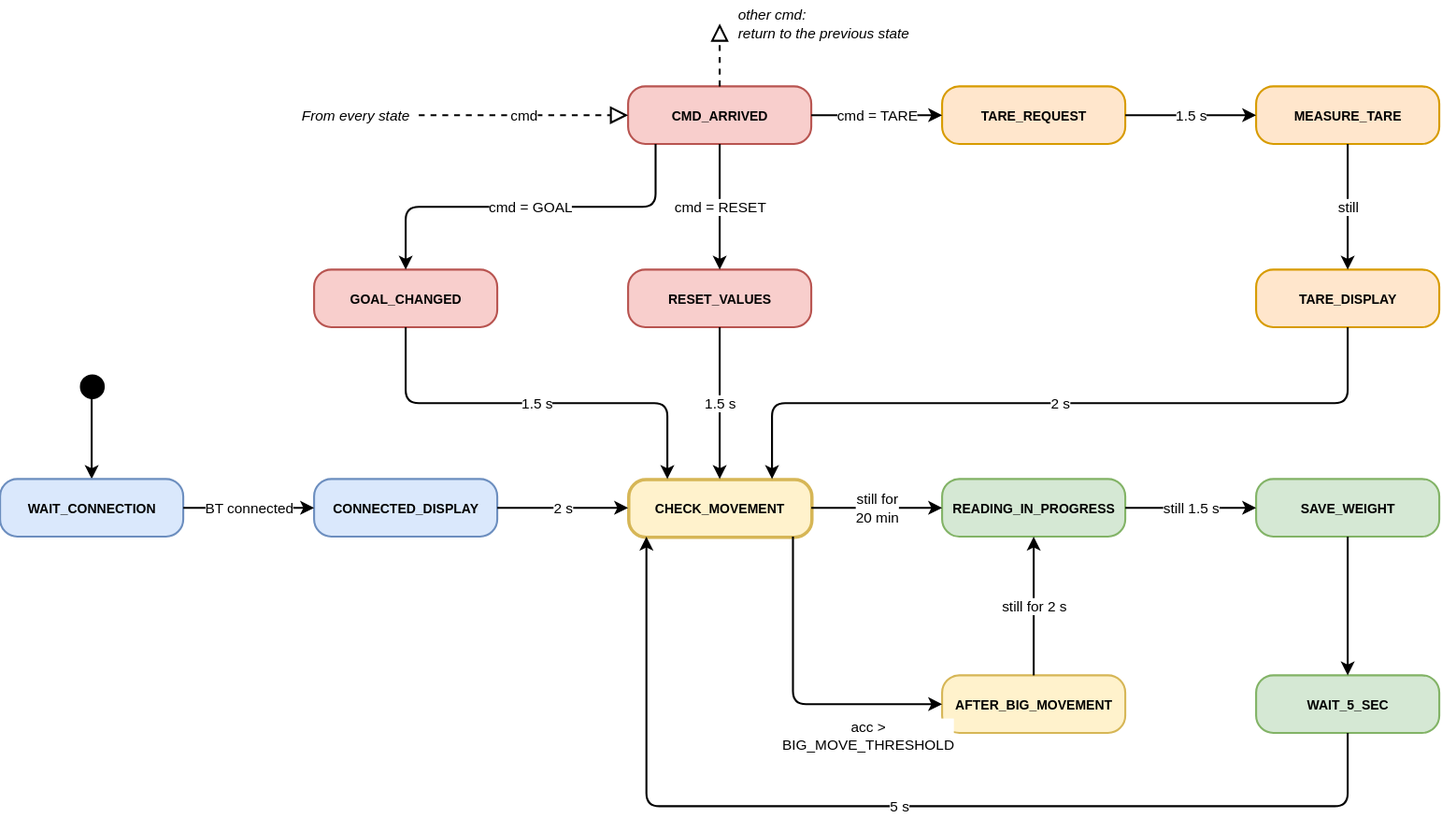
This is State_Machine.svg from CBignardi/SipWise-IOT, a draw.io export, as it was before one commit. Source tidied: cells renumbered, new cells last; positions are measured from the earlier drawing's top-left corner, leaving out a move shared by most shapes.
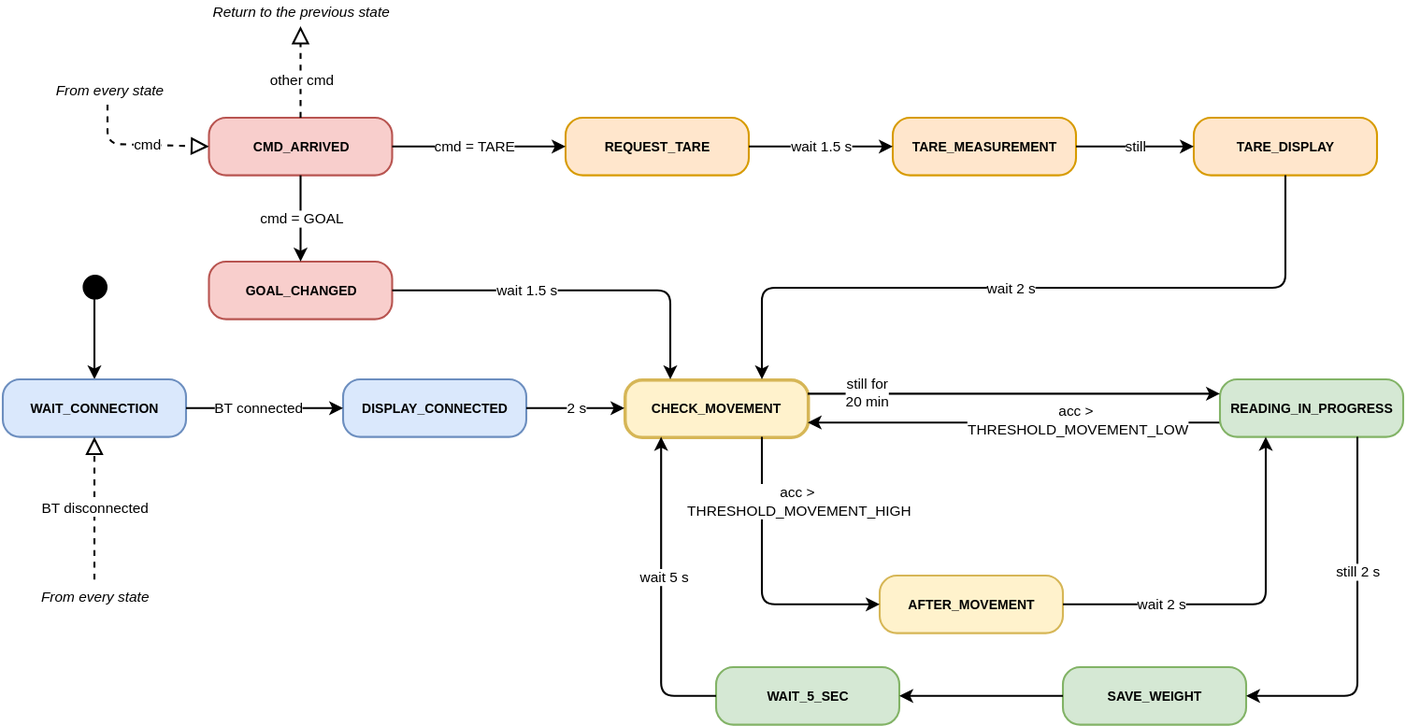
After the change.

Commit message:
General refactor, updated state machine diagram

The edit, as a diff of the source:
```diff
@@ -3,137 +3,138 @@
     <mxCell id="0" />
     <mxCell id="1" parent="0" />
     <mxCell id="2" style="ellipse;fillColor=#000000;strokeColor=#000000;" parent="1" vertex="1">
-      <mxGeometry x="61" y="286" width="18" height="18" as="geometry" />
+      <mxGeometry x="71" y="286" width="18" height="18" as="geometry" />
     </mxCell>
     <mxCell id="3" style="edgeStyle=orthogonalEdgeStyle;rounded=1;html=1;endArrow=classic;strokeWidth=1.5;fontSize=11;labelBackgroundColor=#ffffff;exitX=0.5;exitY=1;entryX=0.5;entryY=0;" parent="1" edge="1" source="2" target="4">
       <mxGeometry relative="1" as="geometry" />
     </mxCell>
     <mxCell id="4" value="WAIT_CONNECTION" style="rounded=1;whiteSpace=wrap;html=1;arcSize=30;fillColor=#dae8fc;strokeColor=#6c8ebf;strokeWidth=1.5;fontStyle=1;fontSize=10;" parent="1" vertex="1">
-      <mxGeometry y="366" width="140" height="44" as="geometry" />
+      <mxGeometry x="10" y="366" width="140" height="44" as="geometry" />
     </mxCell>
-    <mxCell id="5" value="CONNECTED_DISPLAY" style="rounded=1;whiteSpace=wrap;html=1;arcSize=30;fillColor=#dae8fc;strokeColor=#6c8ebf;strokeWidth=1.5;fontStyle=1;fontSize=10;" parent="1" vertex="1">
-      <mxGeometry x="240" y="366" width="140" height="44" as="geometry" />
+    <mxCell id="5" value="DISPLAY_CONNECTED" style="rounded=1;whiteSpace=wrap;html=1;arcSize=30;fillColor=#dae8fc;strokeColor=#6c8ebf;strokeWidth=1.5;fontStyle=1;fontSize=10;" parent="1" vertex="1">
+      <mxGeometry x="270" y="366" width="140" height="44" as="geometry" />
     </mxCell>
     <mxCell id="6" value="CHECK_MOVEMENT" style="rounded=1;whiteSpace=wrap;html=1;arcSize=30;fillColor=#fff2cc;strokeColor=#d6b656;strokeWidth=2.5;fontStyle=1;fontSize=10;" parent="1" vertex="1">
-      <mxGeometry x="480" y="366" width="140" height="44" as="geometry" />
+      <mxGeometry x="485" y="366" width="140" height="44" as="geometry" />
     </mxCell>
-    <mxCell id="7" value="AFTER_BIG_MOVEMENT" style="rounded=1;whiteSpace=wrap;html=1;arcSize=30;fillColor=#fff2cc;strokeColor=#d6b656;strokeWidth=1.5;fontStyle=1;fontSize=10;" parent="1" vertex="1">
-      <mxGeometry x="720" y="516" width="140" height="44" as="geometry" />
+    <mxCell id="7" value="AFTER_MOVEMENT" style="rounded=1;whiteSpace=wrap;html=1;arcSize=30;fillColor=#fff2cc;strokeColor=#d6b656;strokeWidth=1.5;fontStyle=1;fontSize=10;" parent="1" vertex="1">
+      <mxGeometry x="680" y="516" width="140" height="44" as="geometry" />
     </mxCell>
+    <mxCell id="37" style="edgeStyle=orthogonalEdgeStyle;rounded=1;jettySize=auto;html=1;entryX=1;entryY=0.75;entryDx=0;entryDy=0;curved=0;strokeWidth=1.5;exitX=0;exitY=0.75;exitDx=0;exitDy=0;" parent="1" edge="1" source="8" target="6">
+      <mxGeometry relative="1" as="geometry" />
+    </mxCell>
+    <mxCell id="38" value="&lt;div&gt;acc &amp;gt;&amp;nbsp;&lt;/div&gt;&lt;div&gt;THRESHOLD_MOVEMENT_LOW&lt;/div&gt;" style="edgeLabel;html=1;align=center;verticalAlign=middle;" parent="37" vertex="1">
+      <mxGeometry relative="1" as="geometry">
+        <mxPoint x="48" y="-3" as="offset" />
+      </mxGeometry>
+    </mxCell>
     <mxCell id="8" value="READING_IN_PROGRESS" style="rounded=1;whiteSpace=wrap;html=1;arcSize=30;fillColor=#d5e8d4;strokeColor=#82b366;strokeWidth=1.5;fontStyle=1;fontSize=10;" parent="1" vertex="1">
-      <mxGeometry x="720" y="366" width="140" height="44" as="geometry" />
+      <mxGeometry x="940" y="366" width="140" height="44" as="geometry" />
     </mxCell>
     <mxCell id="9" value="SAVE_WEIGHT" style="rounded=1;whiteSpace=wrap;html=1;arcSize=30;fillColor=#d5e8d4;strokeColor=#82b366;strokeWidth=1.5;fontStyle=1;fontSize=10;" parent="1" vertex="1">
-      <mxGeometry x="960" y="366" width="140" height="44" as="geometry" />
+      <mxGeometry x="820" y="586" width="140" height="44" as="geometry" />
     </mxCell>
     <mxCell id="10" value="WAIT_5_SEC" style="rounded=1;whiteSpace=wrap;html=1;arcSize=30;fillColor=#d5e8d4;strokeColor=#82b366;strokeWidth=1.5;fontStyle=1;fontSize=10;" parent="1" vertex="1">
-      <mxGeometry x="960" y="516" width="140" height="44" as="geometry" />
+      <mxGeometry x="555" y="586" width="140" height="44" as="geometry" />
     </mxCell>
-    <mxCell id="11" value="TARE_REQUEST" style="rounded=1;whiteSpace=wrap;html=1;arcSize=30;fillColor=#ffe6cc;strokeColor=#d79b00;strokeWidth=1.5;fontStyle=1;fontSize=10;" parent="1" vertex="1">
-      <mxGeometry x="720" y="66" width="140" height="44" as="geometry" />
+    <mxCell id="11" value="REQUEST_TARE" style="rounded=1;whiteSpace=wrap;html=1;arcSize=30;fillColor=#ffe6cc;strokeColor=#d79b00;strokeWidth=1.5;fontStyle=1;fontSize=10;" parent="1" vertex="1">
+      <mxGeometry x="440" y="166" width="140" height="44" as="geometry" />
     </mxCell>
-    <mxCell id="12" value="MEASURE_TARE" style="rounded=1;whiteSpace=wrap;html=1;arcSize=30;fillColor=#ffe6cc;strokeColor=#d79b00;strokeWidth=1.5;fontStyle=1;fontSize=10;" parent="1" vertex="1">
-      <mxGeometry x="960" y="66" width="140" height="44" as="geometry" />
+    <mxCell id="12" value="TARE_MEASUREMENT" style="rounded=1;whiteSpace=wrap;html=1;arcSize=30;fillColor=#ffe6cc;strokeColor=#d79b00;strokeWidth=1.5;fontStyle=1;fontSize=10;" parent="1" vertex="1">
+      <mxGeometry x="690" y="166" width="140" height="44" as="geometry" />
     </mxCell>
     <mxCell id="13" value="TARE_DISPLAY" style="rounded=1;whiteSpace=wrap;html=1;arcSize=30;fillColor=#ffe6cc;strokeColor=#d79b00;strokeWidth=1.5;fontStyle=1;fontSize=10;" parent="1" vertex="1">
-      <mxGeometry x="960" y="206" width="140" height="44" as="geometry" />
+      <mxGeometry x="920" y="166" width="140" height="44" as="geometry" />
     </mxCell>
     <mxCell id="14" value="CMD_ARRIVED" style="rounded=1;whiteSpace=wrap;html=1;arcSize=30;fillColor=#f8cecc;strokeColor=#b85450;strokeWidth=1.5;fontStyle=1;fontSize=10;" parent="1" vertex="1">
-      <mxGeometry x="480" y="66" width="140" height="44" as="geometry" />
+      <mxGeometry x="167.5" y="166" width="140" height="44" as="geometry" />
     </mxCell>
     <mxCell id="15" value="GOAL_CHANGED" style="rounded=1;whiteSpace=wrap;html=1;arcSize=30;fillColor=#f8cecc;strokeColor=#b85450;strokeWidth=1.5;fontStyle=1;fontSize=10;" parent="1" vertex="1">
-      <mxGeometry x="240" y="206" width="140" height="44" as="geometry" />
+      <mxGeometry x="167.5" y="276" width="140" height="44" as="geometry" />
     </mxCell>
-    <mxCell id="16" value="RESET_VALUES" style="rounded=1;whiteSpace=wrap;html=1;arcSize=30;fillColor=#f8cecc;strokeColor=#b85450;strokeWidth=1.5;fontStyle=1;fontSize=10;" parent="1" vertex="1">
-      <mxGeometry x="480" y="206" width="140" height="44" as="geometry" />
-    </mxCell>
     <mxCell id="17" value="BT connected" style="edgeStyle=orthogonalEdgeStyle;rounded=1;html=1;endArrow=classic;strokeWidth=1.5;fontSize=11;labelBackgroundColor=#ffffff;exitX=1;exitY=0.5;exitDx=0;exitDy=0;entryX=0;entryY=0.5;entryDx=0;entryDy=0;" parent="1" edge="1" source="4" target="5">
-      <mxGeometry relative="1" as="geometry" />
+      <mxGeometry x="-0.09" relative="1" as="geometry" />
     </mxCell>
     <mxCell id="18" value="2 s" style="edgeStyle=orthogonalEdgeStyle;rounded=1;html=1;endArrow=classic;strokeWidth=1.5;fontSize=11;labelBackgroundColor=#ffffff;exitX=1;exitY=0.5;exitDx=0;exitDy=0;entryX=0;entryY=0.5;entryDx=0;entryDy=0;" parent="1" edge="1" source="5" target="6">
       <mxGeometry relative="1" as="geometry" />
     </mxCell>
-    <mxCell id="19" value="still for&lt;br&gt;20 min" style="edgeStyle=orthogonalEdgeStyle;rounded=1;html=1;endArrow=classic;strokeWidth=1.5;fontSize=11;labelBackgroundColor=#ffffff;exitX=1;exitY=0.5;exitDx=0;exitDy=0;entryX=0;entryY=0.5;entryDx=0;entryDy=0;" parent="1" edge="1" source="6" target="8">
-      <mxGeometry relative="1" as="geometry" />
+    <mxCell id="19" value="still for&lt;br&gt;20 min" style="edgeStyle=orthogonalEdgeStyle;rounded=1;html=1;endArrow=classic;strokeWidth=1.5;fontSize=11;labelBackgroundColor=#ffffff;exitX=1;exitY=0.25;exitDx=0;exitDy=0;entryX=0;entryY=0.25;entryDx=0;entryDy=0;" parent="1" edge="1" source="6" target="8">
+      <mxGeometry x="-0.71" y="1" relative="1" as="geometry" />
     </mxCell>
-    <mxCell id="20" value="acc &gt;&lt;br&gt;BIG_MOVE_THRESHOLD" style="edgeStyle=orthogonalEdgeStyle;rounded=1;html=1;endArrow=classic;strokeWidth=1.5;fontSize=11;labelBackgroundColor=#ffffff;exitX=0.9;exitY=1;exitDx=0;exitDy=0;entryX=0;entryY=0.5;entryDx=0;entryDy=0;" parent="1" edge="1" source="6" target="7">
-      <mxGeometry x="0.53" y="-24" relative="1" as="geometry">
+    <mxCell id="20" value="&lt;div&gt;acc &amp;gt;&amp;nbsp;&lt;/div&gt;&lt;div&gt;THRESHOLD_MOVEMENT_HIGH&lt;/div&gt;" style="edgeStyle=orthogonalEdgeStyle;rounded=1;html=1;endArrow=classic;strokeWidth=1.5;fontSize=11;labelBackgroundColor=#ffffff;exitX=0.75;exitY=1;exitDx=0;exitDy=0;entryX=0;entryY=0.5;entryDx=0;entryDy=0;" parent="1" edge="1" source="6" target="7">
+      <mxGeometry x="-0.55" y="28" relative="1" as="geometry">
         <Array as="points">
-          <mxPoint x="606" y="538" />
+          <mxPoint x="590" y="538" />
         </Array>
       </mxGeometry>
     </mxCell>
-    <mxCell id="21" value="still for 2 s" style="edgeStyle=orthogonalEdgeStyle;rounded=1;html=1;endArrow=classic;strokeWidth=1.5;fontSize=11;labelBackgroundColor=#ffffff;exitX=0.5;exitY=0;exitDx=0;exitDy=0;entryX=0.5;entryY=1;entryDx=0;entryDy=0;" parent="1" edge="1" source="7" target="8">
-      <mxGeometry relative="1" as="geometry" />
+    <mxCell id="21" value="wait 2 s" style="edgeStyle=orthogonalEdgeStyle;rounded=1;html=1;endArrow=classic;strokeWidth=1.5;fontSize=11;labelBackgroundColor=#ffffff;exitX=1;exitY=0.5;exitDx=0;exitDy=0;entryX=0.25;entryY=1;entryDx=0;entryDy=0;" parent="1" edge="1" source="7" target="8">
+      <mxGeometry x="-0.47" relative="1" as="geometry" />
     </mxCell>
-    <mxCell id="22" value="still 1.5 s" style="edgeStyle=orthogonalEdgeStyle;rounded=1;html=1;endArrow=classic;strokeWidth=1.5;fontSize=11;labelBackgroundColor=#ffffff;exitX=1;exitY=0.5;exitDx=0;exitDy=0;entryX=0;entryY=0.5;entryDx=0;entryDy=0;" parent="1" edge="1" source="8" target="9">
-      <mxGeometry relative="1" as="geometry" />
+    <mxCell id="22" value="still 2 s" style="edgeStyle=orthogonalEdgeStyle;rounded=1;html=1;endArrow=classic;strokeWidth=1.5;fontSize=11;labelBackgroundColor=#ffffff;exitX=0.75;exitY=1;exitDx=0;exitDy=0;entryX=1;entryY=0.5;entryDx=0;entryDy=0;" parent="1" edge="1" source="8" target="9">
+      <mxGeometry x="-0.27" relative="1" as="geometry" />
     </mxCell>
-    <mxCell id="23" style="edgeStyle=orthogonalEdgeStyle;rounded=1;html=1;endArrow=classic;strokeWidth=1.5;fontSize=11;labelBackgroundColor=#ffffff;exitX=0.5;exitY=1;exitDx=0;exitDy=0;entryX=0.5;entryY=0;entryDx=0;entryDy=0;" parent="1" edge="1" source="9" target="10">
+    <mxCell id="23" style="edgeStyle=orthogonalEdgeStyle;rounded=1;html=1;endArrow=classic;strokeWidth=1.5;fontSize=11;labelBackgroundColor=#ffffff;exitX=0;exitY=0.5;exitDx=0;exitDy=0;entryX=1;entryY=0.5;entryDx=0;entryDy=0;" parent="1" edge="1" source="9" target="10">
       <mxGeometry relative="1" as="geometry" />
     </mxCell>
-    <mxCell id="24" value="5 s" style="edgeStyle=orthogonalEdgeStyle;rounded=1;html=1;endArrow=classic;strokeWidth=1.5;fontSize=11;labelBackgroundColor=#ffffff;exitX=0.5;exitY=1;exitDx=0;exitDy=0;entryX=0.1;entryY=1;entryDx=0;entryDy=0;" parent="1" edge="1" source="10" target="6">
-      <mxGeometry relative="1" as="geometry">
-        <Array as="points">
-          <mxPoint x="1030" y="616" />
-          <mxPoint x="494" y="616" />
-        </Array>
-      </mxGeometry>
+    <mxCell id="24" value="wait 5 s" style="edgeStyle=orthogonalEdgeStyle;rounded=1;html=1;endArrow=classic;strokeWidth=1.5;fontSize=11;labelBackgroundColor=#ffffff;exitX=0;exitY=0.5;exitDx=0;exitDy=0;entryX=0.2;entryY=1;entryDx=0;entryDy=0;" parent="1" edge="1" source="10" target="6">
+      <mxGeometry x="0.11" y="-2" relative="1" as="geometry" />
     </mxCell>
-    <mxCell id="25" value="cmd = GOAL" style="edgeStyle=orthogonalEdgeStyle;rounded=1;html=1;endArrow=classic;strokeWidth=1.5;fontSize=11;labelBackgroundColor=#ffffff;exitX=0.15;exitY=1;exitDx=0;exitDy=0;entryX=0.5;entryY=0;entryDx=0;entryDy=0;" parent="1" edge="1" source="14" target="15">
-      <mxGeometry relative="1" as="geometry">
-        <Array as="points">
-          <mxPoint x="501" y="158" />
-          <mxPoint x="310" y="158" />
-        </Array>
-      </mxGeometry>
+    <mxCell id="25" value="cmd = GOAL" style="edgeStyle=orthogonalEdgeStyle;rounded=1;html=1;endArrow=classic;strokeWidth=1.5;fontSize=11;labelBackgroundColor=#ffffff;exitX=0.5;exitY=1;exitDx=0;exitDy=0;entryX=0.5;entryY=0;entryDx=0;entryDy=0;" parent="1" edge="1" source="14" target="15">
+      <mxGeometry relative="1" as="geometry" />
     </mxCell>
-    <mxCell id="26" value="cmd = RESET" style="edgeStyle=orthogonalEdgeStyle;rounded=1;html=1;endArrow=classic;strokeWidth=1.5;fontSize=11;labelBackgroundColor=#ffffff;exitX=0.5;exitY=1;exitDx=0;exitDy=0;entryX=0.5;entryY=0;entryDx=0;entryDy=0;" parent="1" edge="1" source="14" target="16">
-      <mxGeometry relative="1" as="geometry" />
-    </mxCell>
     <mxCell id="27" value="cmd = TARE" style="edgeStyle=orthogonalEdgeStyle;rounded=1;html=1;endArrow=classic;strokeWidth=1.5;fontSize=11;labelBackgroundColor=#ffffff;exitX=1;exitY=0.5;exitDx=0;exitDy=0;entryX=0;entryY=0.5;entryDx=0;entryDy=0;" parent="1" edge="1" source="14" target="11">
-      <mxGeometry relative="1" as="geometry" />
+      <mxGeometry x="-0.07" relative="1" as="geometry" />
     </mxCell>
-    <mxCell id="28" value="1.5 s" style="edgeStyle=orthogonalEdgeStyle;rounded=1;html=1;endArrow=classic;strokeWidth=1.5;fontSize=11;labelBackgroundColor=#ffffff;exitX=1;exitY=0.5;exitDx=0;exitDy=0;entryX=0;entryY=0.5;entryDx=0;entryDy=0;" parent="1" edge="1" source="11" target="12">
+    <mxCell id="28" value="wait 1.5 s" style="edgeStyle=orthogonalEdgeStyle;rounded=1;html=1;endArrow=classic;strokeWidth=1.5;fontSize=11;labelBackgroundColor=#ffffff;exitX=1;exitY=0.5;exitDx=0;exitDy=0;entryX=0;entryY=0.5;entryDx=0;entryDy=0;" parent="1" edge="1" source="11" target="12">
       <mxGeometry relative="1" as="geometry" />
     </mxCell>
-    <mxCell id="29" value="still" style="edgeStyle=orthogonalEdgeStyle;rounded=1;html=1;endArrow=classic;strokeWidth=1.5;fontSize=11;labelBackgroundColor=#ffffff;exitX=0.5;exitY=1;exitDx=0;exitDy=0;entryX=0.5;entryY=0;entryDx=0;entryDy=0;" parent="1" edge="1" source="12" target="13">
+    <mxCell id="29" value="still" style="edgeStyle=orthogonalEdgeStyle;rounded=1;html=1;endArrow=classic;strokeWidth=1.5;fontSize=11;labelBackgroundColor=#ffffff;exitX=1;exitY=0.5;exitDx=0;exitDy=0;entryX=0;entryY=0.5;entryDx=0;entryDy=0;" parent="1" edge="1" source="12" target="13">
       <mxGeometry relative="1" as="geometry" />
     </mxCell>
-    <mxCell id="30" value="1.5 s" style="edgeStyle=orthogonalEdgeStyle;rounded=1;html=1;endArrow=classic;strokeWidth=1.5;fontSize=11;labelBackgroundColor=#ffffff;exitX=0.5;exitY=1;exitDx=0;exitDy=0;entryX=0.2143;entryY=0;entryDx=0;entryDy=0;" parent="1" edge="1" source="15" target="6">
-      <mxGeometry relative="1" as="geometry">
-        <Array as="points">
-          <mxPoint x="310" y="308" />
-          <mxPoint x="510" y="308" />
-        </Array>
-      </mxGeometry>
+    <mxCell id="30" value="wait 1.5 s" style="edgeStyle=orthogonalEdgeStyle;rounded=1;html=1;endArrow=classic;strokeWidth=1.5;fontSize=11;labelBackgroundColor=#ffffff;exitX=1;exitY=0.5;exitDx=0;exitDy=0;entryX=0.25;entryY=0;entryDx=0;entryDy=0;" parent="1" edge="1" source="15" target="6">
+      <mxGeometry x="-0.27" relative="1" as="geometry" />
     </mxCell>
-    <mxCell id="31" value="1.5 s" style="edgeStyle=orthogonalEdgeStyle;rounded=1;html=1;endArrow=classic;strokeWidth=1.5;fontSize=11;labelBackgroundColor=#ffffff;exitX=0.5;exitY=1;exitDx=0;exitDy=0;entryX=0.5;entryY=0;entryDx=0;entryDy=0;" parent="1" edge="1" source="16" target="6">
-      <mxGeometry relative="1" as="geometry" />
-    </mxCell>
-    <mxCell id="32" value="2 s" style="edgeStyle=orthogonalEdgeStyle;rounded=1;html=1;endArrow=classic;strokeWidth=1.5;fontSize=11;labelBackgroundColor=#ffffff;exitX=0.5;exitY=1;exitDx=0;exitDy=0;entryX=0.7857;entryY=0;entryDx=0;entryDy=0;" parent="1" edge="1" source="13" target="6">
-      <mxGeometry relative="1" as="geometry">
+    <mxCell id="32" value="wait 2 s" style="edgeStyle=orthogonalEdgeStyle;rounded=1;html=1;endArrow=classic;strokeWidth=1.5;fontSize=11;labelBackgroundColor=#ffffff;exitX=0.5;exitY=1;exitDx=0;exitDy=0;entryX=0.75;entryY=0;entryDx=0;entryDy=0;" parent="1" edge="1" source="13" target="6">
+      <mxGeometry x="0.06" relative="1" as="geometry">
         <Array as="points">
-          <mxPoint x="1030" y="308" />
-          <mxPoint x="590" y="308" />
+          <mxPoint x="990" y="296" />
+          <mxPoint x="590" y="296" />
         </Array>
       </mxGeometry>
     </mxCell>
-    <mxCell id="33" value="cmd" style="endArrow=block;endFill=0;endSize=10;dashed=1;html=1;rounded=0;strokeWidth=1.5;fontSize=11;labelBackgroundColor=#ffffff;entryX=0;entryY=0.5;entryDx=0;entryDy=0;" parent="1" edge="1" target="14">
-      <mxGeometry relative="1" as="geometry">
-        <mxPoint x="320" y="88" as="sourcePoint" />
+    <mxCell id="33" value="cmd" style="endArrow=block;endFill=0;endSize=10;dashed=1;html=1;rounded=1;strokeWidth=1.5;fontSize=11;labelBackgroundColor=#ffffff;entryX=0;entryY=0.5;entryDx=0;entryDy=0;curved=0;" parent="1" edge="1" target="14">
+      <mxGeometry x="0.12" y="1" relative="1" as="geometry">
+        <mxPoint x="90" y="156" as="sourcePoint" />
+        <Array as="points">
+          <mxPoint x="90" y="186" />
+        </Array>
       </mxGeometry>
     </mxCell>
     <mxCell id="34" style="endArrow=block;endFill=0;endSize=10;dashed=1;html=1;rounded=0;strokeWidth=1.5;fontSize=11;labelBackgroundColor=#ffffff;exitX=0.5;exitY=0;exitDx=0;exitDy=0;" parent="1" edge="1" source="14">
       <mxGeometry relative="1" as="geometry">
-        <mxPoint x="550" y="18" as="targetPoint" />
+        <mxPoint x="237.5" y="96" as="targetPoint" />
       </mxGeometry>
     </mxCell>
+    <mxCell id="39" value="&lt;div&gt;other cmd&lt;/div&gt;" style="edgeLabel;html=1;align=center;verticalAlign=middle;" parent="34" vertex="1">
+      <mxGeometry x="-0.46" relative="1" as="geometry">
+        <mxPoint y="-11" as="offset" />
+      </mxGeometry>
+    </mxCell>
     <mxCell id="35" value="From every state" style="text;html=1;whiteSpace=wrap;verticalAlign=middle;fontSize=11;fontStyle=2;align=right;" parent="1" vertex="1">
-      <mxGeometry x="170" y="73" width="145" height="30" as="geometry" />
+      <mxGeometry x="40" y="136" width="95" height="18" as="geometry" />
     </mxCell>
-    <mxCell id="36" value="other cmd:&lt;br&gt;return to the previous state" style="text;html=1;whiteSpace=wrap;verticalAlign=middle;fontSize=11;fontStyle=2;align=left;" parent="1" vertex="1">
-      <mxGeometry x="562" width="210" height="36" as="geometry" />
+    <mxCell id="36" value="Return to the previous state" style="text;html=1;whiteSpace=wrap;verticalAlign=middle;fontSize=11;fontStyle=2;align=center;" parent="1" vertex="1">
+      <mxGeometry x="158.8" y="76" width="157.5" height="18" as="geometry" />
     </mxCell>
+    <mxCell id="40" value="BT disconnected" style="endArrow=block;endFill=0;endSize=10;dashed=1;html=1;rounded=0;strokeWidth=1.5;fontSize=11;labelBackgroundColor=#ffffff;" parent="1" edge="1">
+      <mxGeometry relative="1" as="geometry">
+        <mxPoint x="80" y="519" as="sourcePoint" />
+        <mxPoint x="80" y="410" as="targetPoint" />
+      </mxGeometry>
+    </mxCell>
+    <mxCell id="41" value="From every state" style="text;html=1;whiteSpace=wrap;verticalAlign=middle;fontSize=11;fontStyle=2;align=center;" parent="1" vertex="1">
+      <mxGeometry x="7.5" y="523" width="145" height="18" as="geometry" />
+    </mxCell>
   </root>
 </mxGraphModel>
```
